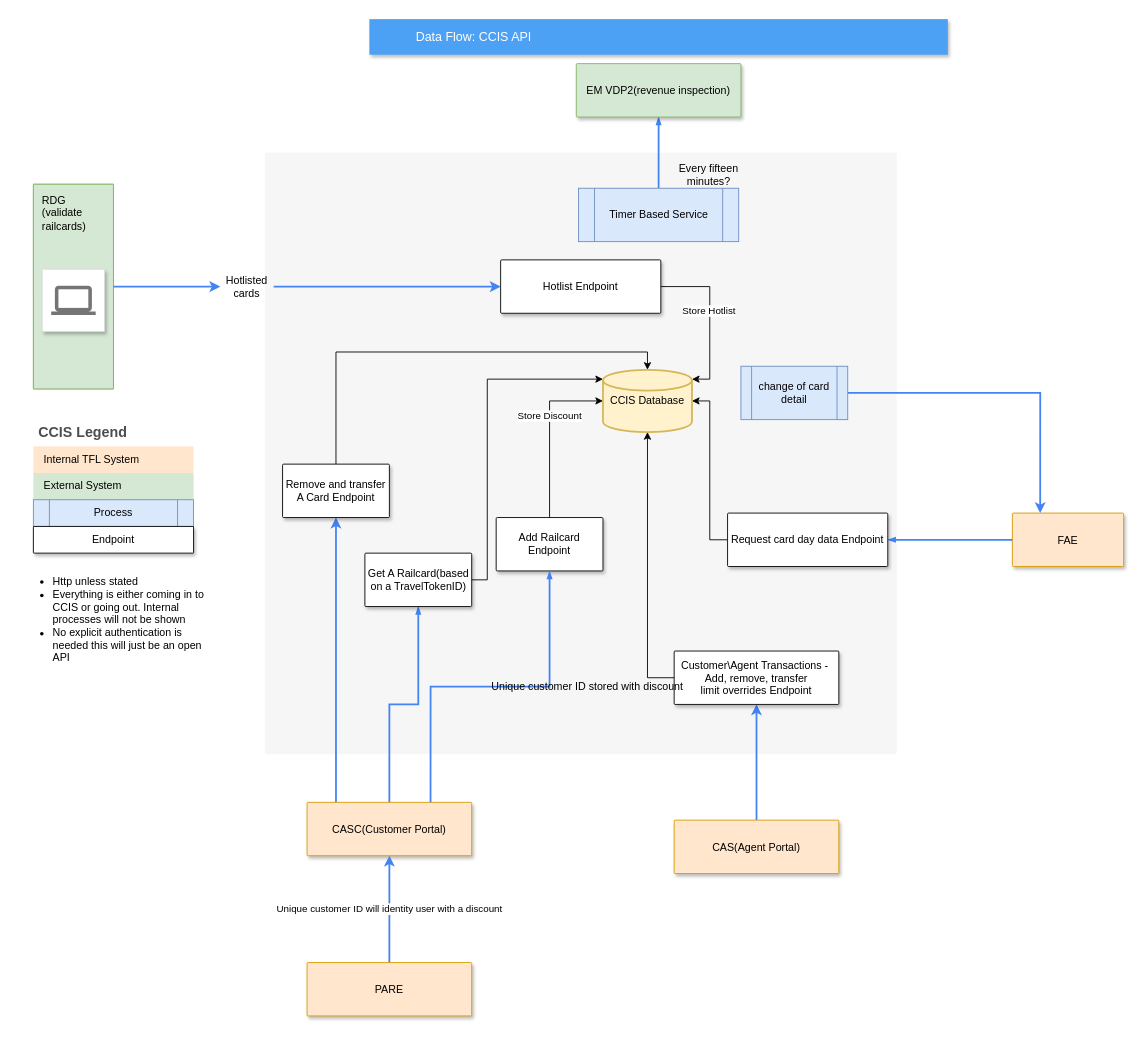
Earlier version of the draw.io diagram CCIS-API.drawio (mattwatts36/drawings). Source tidied: cells renumbered, new cells numbered last; positions are measured from the earlier drawing's top-left corner, leaving out a move shared by most shapes. Both pictures are drawn from the tidied source at 89%, with x=0, y=0 at pixel (15, 19).
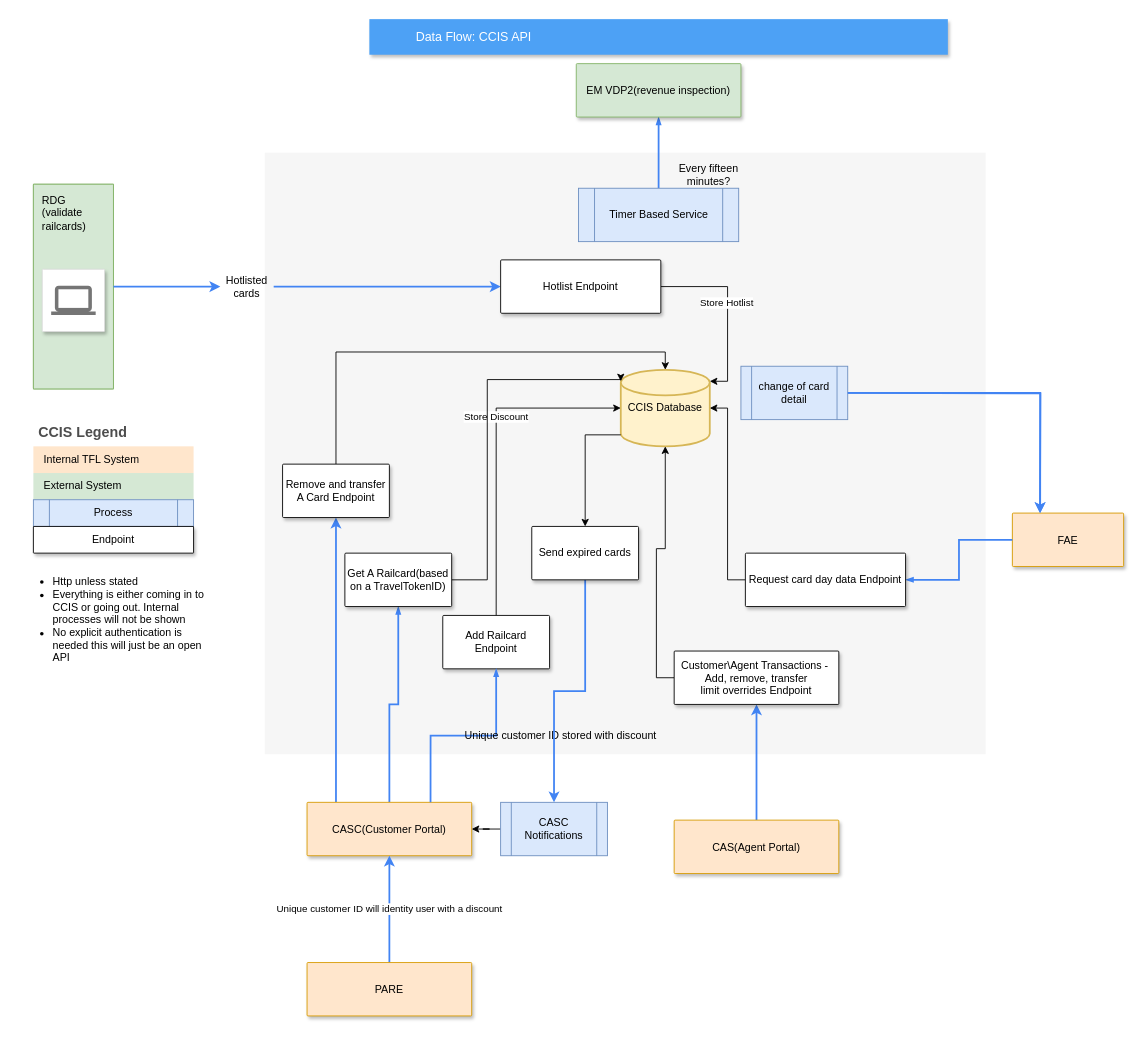
Above is the later version.

Commit message:
Added sending expired cards to CASC

The change refers to these unchanged cells:
```xml
<mxCell id="9" value="CASC(Customer Portal)" style="strokeColor=#d79b00;shadow=1;strokeWidth=1;rounded=1;absoluteArcSize=1;arcSize=2;fillColor=#ffe6cc;" parent="1" vertex="1">
  <mxGeometry x="327.5" y="880" width="185" height="60" as="geometry" />
</mxCell>
```

Change to the diagram source:
```diff
@@
     <mxCell id="2" style="fillColor=#F6F6F6;strokeColor=none;shadow=0;gradientColor=none;fontSize=14;align=left;spacing=10;fontColor=#717171;9E9E9E;verticalAlign=top;spacingTop=-4;fontStyle=0;spacingLeft=40;html=1;" parent="1" vertex="1">
-      <mxGeometry x="280" y="150" width="710" height="676" as="geometry" />
+      <mxGeometry x="280" y="150" width="810" height="676" as="geometry" />
     </mxCell>
@@
     <mxCell id="15" value="CCIS Database" style="strokeWidth=2;html=1;shape=mxgraph.flowchart.database;whiteSpace=wrap;fillColor=#fff2cc;strokeColor=#d6b656;" parent="1" vertex="1">
-      <mxGeometry x="660" y="394" width="100" height="70" as="geometry" />
+      <mxGeometry x="680" y="394" width="100" height="86" as="geometry" />
     </mxCell>
@@
     <mxCell id="40" value="Add Railcard Endpoint" style="whiteSpace=wrap;html=1;shadow=1;strokeWidth=1;rounded=1;arcSize=2;" parent="1" vertex="1">
-      <mxGeometry x="540" y="560" width="120" height="60" as="geometry" />
+      <mxGeometry x="480" y="670" width="120" height="60" as="geometry" />
     </mxCell>
@@
     <mxCell id="42" value="&lt;span style=&quot;text-wrap: nowrap;&quot;&gt;Request card day data Endpoint&lt;/span&gt;" style="whiteSpace=wrap;html=1;shadow=1;strokeWidth=1;rounded=1;arcSize=2;" parent="1" vertex="1">
-      <mxGeometry x="800" y="555" width="180" height="60" as="geometry" />
+      <mxGeometry x="820" y="600" width="180" height="60" as="geometry" />
     </mxCell>
@@
     <mxCell id="46" value="Get A Railcard(based on a TravelTokenID)" style="whiteSpace=wrap;html=1;shadow=1;strokeWidth=1;rounded=1;arcSize=2;" parent="1" vertex="1">
-      <mxGeometry x="392.5" y="600" width="120" height="60" as="geometry" />
+      <mxGeometry x="370" y="600" width="120" height="60" as="geometry" />
     </mxCell>
@@
+    <mxCell id="50" style="edgeStyle=orthogonalEdgeStyle;rounded=0;jettySize=auto;html=1;" parent="1" edge="1" source="51" target="9">
+      <mxGeometry relative="1" as="geometry" />
+    </mxCell>
+    <mxCell id="51" value="CASC Notifications" style="shape=process;whiteSpace=wrap;html=1;backgroundOutline=1;fillColor=#dae8fc;strokeColor=#6c8ebf;" parent="1" vertex="1">
+      <mxGeometry x="545" y="880" width="120" height="60" as="geometry" />
+    </mxCell>
+    <mxCell id="52" style="edgeStyle=orthogonalEdgeStyle;rounded=0;orthogonalLoop=1;jettySize=auto;html=1;entryX=0.25;entryY=0;entryDx=0;entryDy=0;strokeWidth=2;strokeColor=#4284F3;" parent="1" edge="1">
+      <mxGeometry relative="1" as="geometry">
+        <mxPoint x="935" y="420" as="sourcePoint" />
+        <mxPoint x="1151" y="555" as="targetPoint" />
+      </mxGeometry>
+    </mxCell>
+    <mxCell id="53" style="edgeStyle=orthogonalEdgeStyle;rounded=0;jettySize=auto;html=1;strokeColor=#4284F3;strokeWidth=2;align=center;verticalAlign=middle;fontFamily=Helvetica;fontSize=11;fontColor=default;labelBackgroundColor=default;endArrow=classic;" parent="1" edge="1" source="55" target="51">
+      <mxGeometry relative="1" as="geometry" />
+    </mxCell>
+    <mxCell id="54" style="edgeStyle=orthogonalEdgeStyle;rounded=0;jettySize=auto;html=1;exitX=0;exitY=0.85;exitDx=0;exitDy=0;exitPerimeter=0;" parent="1" edge="1" source="15" target="55">
+      <mxGeometry relative="1" as="geometry" />
+    </mxCell>
+    <mxCell id="55" value="Send expired cards" style="whiteSpace=wrap;html=1;shadow=1;strokeWidth=1;rounded=1;arcSize=2;" parent="1" vertex="1">
+      <mxGeometry x="580" y="570" width="120" height="60" as="geometry" />
+    </mxCell>
```
